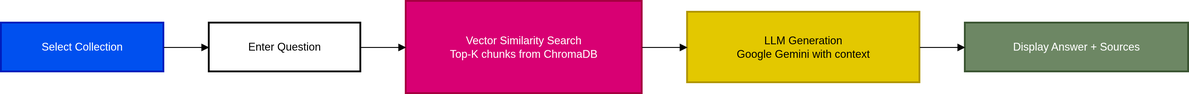
afterSt0rm/rag-app keeps this draw.io diagram as Query Pipeline Flowchart.png. Above is the earlier version. Source tidied: cells renumbered, new cells last; positions are measured from the earlier drawing's top-left corner, leaving out a move shared by most shapes. The source it was exported from:
```xml
<mxGraphModel>
  <root>
    <mxCell id="0" />
    <mxCell id="1" parent="0" />
    <mxCell id="2" value="Select Collection" style="whiteSpace=wrap;strokeWidth=2;fillColor=#0050ef;fontColor=#ffffff;strokeColor=#001DBC;" parent="1" vertex="1">
      <mxGeometry y="24" width="179" height="54" as="geometry" />
    </mxCell>
    <mxCell id="3" value="Enter Question" style="whiteSpace=wrap;strokeWidth=2;" parent="1" vertex="1">
      <mxGeometry x="229" y="24" width="167" height="54" as="geometry" />
    </mxCell>
    <mxCell id="4" value="Vector Similarity Search&#10;Top-K chunks from ChromaDB" style="whiteSpace=wrap;strokeWidth=2;fillColor=#d80073;fontColor=#ffffff;strokeColor=#A50040;" parent="1" vertex="1">
      <mxGeometry x="446" width="260" height="102" as="geometry" />
    </mxCell>
    <mxCell id="5" value="LLM Generation&#10;Google Gemini with context" style="whiteSpace=wrap;strokeWidth=2;fillColor=#e3c800;fontColor=#000000;strokeColor=#B09500;" parent="1" vertex="1">
      <mxGeometry x="756" y="12" width="256" height="78" as="geometry" />
    </mxCell>
    <mxCell id="6" value="Display Answer + Sources" style="whiteSpace=wrap;strokeWidth=2;fillColor=#6d8764;strokeColor=#3A5431;fontColor=#ffffff;" parent="1" vertex="1">
      <mxGeometry x="1062" y="24" width="246" height="54" as="geometry" />
    </mxCell>
    <mxCell id="7" style="curved=1;startArrow=none;endArrow=block;exitX=1;exitY=0.5;entryX=0;entryY=0.5;rounded=0;" parent="1" edge="1" source="2" target="3">
      <mxGeometry relative="1" as="geometry" />
    </mxCell>
    <mxCell id="8" style="curved=1;startArrow=none;endArrow=block;exitX=1;exitY=0.5;entryX=0;entryY=0.5;rounded=0;" parent="1" edge="1" source="3" target="4">
      <mxGeometry relative="1" as="geometry" />
    </mxCell>
    <mxCell id="9" style="curved=1;startArrow=none;endArrow=block;exitX=1;exitY=0.5;entryX=0;entryY=0.5;rounded=0;" parent="1" edge="1" source="4" target="5">
      <mxGeometry relative="1" as="geometry" />
    </mxCell>
    <mxCell id="10" style="curved=1;startArrow=none;endArrow=block;exitX=1;exitY=0.5;entryX=0;entryY=0.5;rounded=0;" parent="1" edge="1" source="5" target="6">
      <mxGeometry relative="1" as="geometry" />
    </mxCell>
  </root>
</mxGraphModel>
```
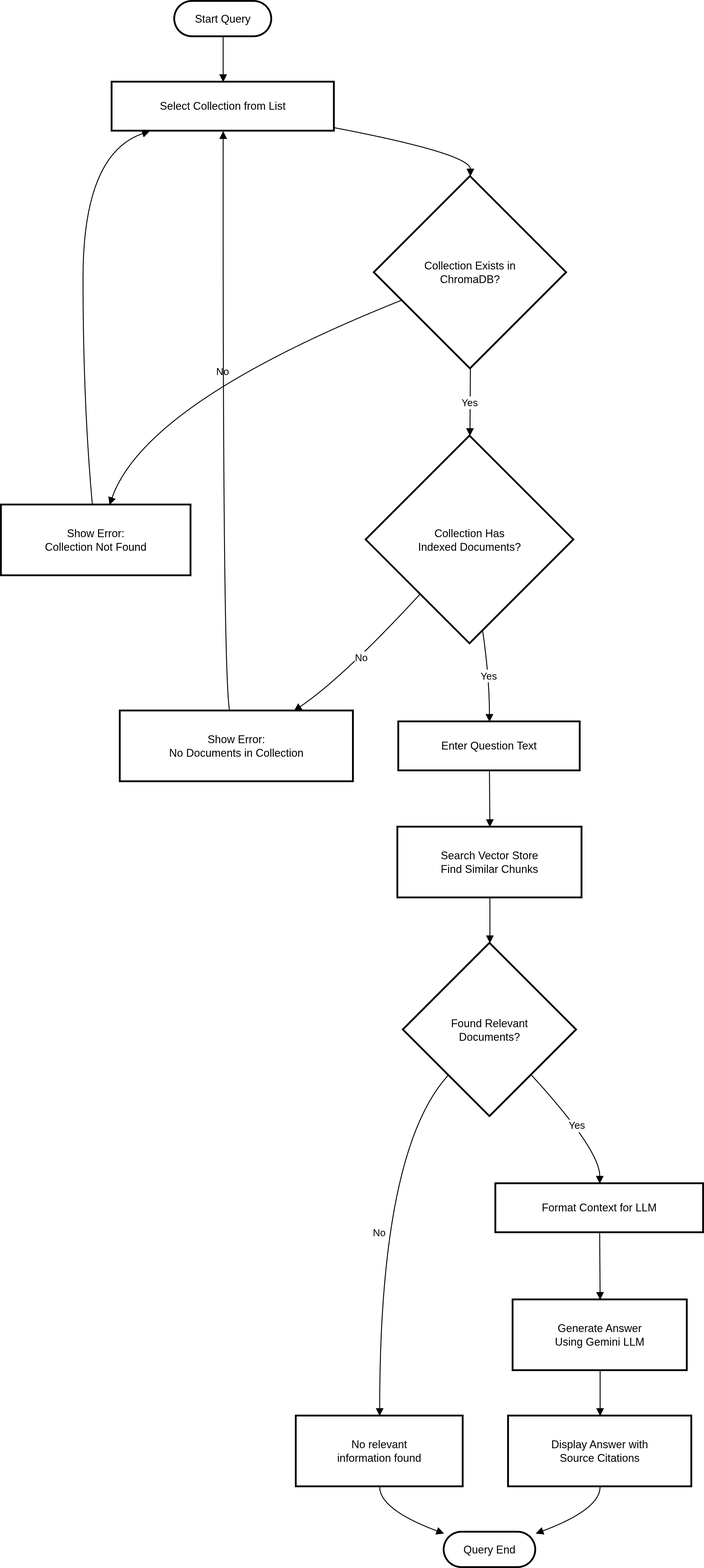
After the change.

Commit message:
Update query pipeline flowchart

What changed in the source:
```diff
@@ -2,32 +2,136 @@
   <root>
     <mxCell id="0" />
     <mxCell id="1" parent="0" />
-    <mxCell id="2" value="Select Collection" style="whiteSpace=wrap;strokeWidth=2;fillColor=#0050ef;fontColor=#ffffff;strokeColor=#001DBC;" parent="1" vertex="1">
-      <mxGeometry y="24" width="179" height="54" as="geometry" />
-    </mxCell>
-    <mxCell id="3" value="Enter Question" style="whiteSpace=wrap;strokeWidth=2;" parent="1" vertex="1">
-      <mxGeometry x="229" y="24" width="167" height="54" as="geometry" />
-    </mxCell>
-    <mxCell id="4" value="Vector Similarity Search&#10;Top-K chunks from ChromaDB" style="whiteSpace=wrap;strokeWidth=2;fillColor=#d80073;fontColor=#ffffff;strokeColor=#A50040;" parent="1" vertex="1">
-      <mxGeometry x="446" width="260" height="102" as="geometry" />
-    </mxCell>
-    <mxCell id="5" value="LLM Generation&#10;Google Gemini with context" style="whiteSpace=wrap;strokeWidth=2;fillColor=#e3c800;fontColor=#000000;strokeColor=#B09500;" parent="1" vertex="1">
-      <mxGeometry x="756" y="12" width="256" height="78" as="geometry" />
-    </mxCell>
-    <mxCell id="6" value="Display Answer + Sources" style="whiteSpace=wrap;strokeWidth=2;fillColor=#6d8764;strokeColor=#3A5431;fontColor=#ffffff;" parent="1" vertex="1">
-      <mxGeometry x="1062" y="24" width="246" height="54" as="geometry" />
-    </mxCell>
-    <mxCell id="7" style="curved=1;startArrow=none;endArrow=block;exitX=1;exitY=0.5;entryX=0;entryY=0.5;rounded=0;" parent="1" edge="1" source="2" target="3">
-      <mxGeometry relative="1" as="geometry" />
-    </mxCell>
-    <mxCell id="8" style="curved=1;startArrow=none;endArrow=block;exitX=1;exitY=0.5;entryX=0;entryY=0.5;rounded=0;" parent="1" edge="1" source="3" target="4">
-      <mxGeometry relative="1" as="geometry" />
-    </mxCell>
-    <mxCell id="9" style="curved=1;startArrow=none;endArrow=block;exitX=1;exitY=0.5;entryX=0;entryY=0.5;rounded=0;" parent="1" edge="1" source="4" target="5">
-      <mxGeometry relative="1" as="geometry" />
-    </mxCell>
-    <mxCell id="10" style="curved=1;startArrow=none;endArrow=block;exitX=1;exitY=0.5;entryX=0;entryY=0.5;rounded=0;" parent="1" edge="1" source="5" target="6">
-      <mxGeometry relative="1" as="geometry" />
-    </mxCell>
+    <mxCell id="11" value="Start Query" style="rounded=1;whiteSpace=wrap;arcSize=50;strokeWidth=2;" parent="1" vertex="1">
+      <mxGeometry x="191" y="130" width="107" height="39" as="geometry" />
+    </mxCell>
+    <mxCell id="12" value="Select Collection from List" style="whiteSpace=wrap;strokeWidth=2;" parent="1" vertex="1">
+      <mxGeometry x="122" y="219" width="245" height="54" as="geometry" />
+    </mxCell>
+    <mxCell id="13" value="Collection Exists in&#10;ChromaDB?" style="rhombus;strokeWidth=2;whiteSpace=wrap;" parent="1" vertex="1">
+      <mxGeometry x="411" y="323" width="212" height="212" as="geometry" />
+    </mxCell>
+    <mxCell id="14" value="Show Error:&#10;Collection Not Found" style="whiteSpace=wrap;strokeWidth=2;" parent="1" vertex="1">
+      <mxGeometry y="685" width="209" height="78" as="geometry" />
+    </mxCell>
+    <mxCell id="15" value="Collection Has&#10;Indexed Documents?" style="rhombus;strokeWidth=2;whiteSpace=wrap;" parent="1" vertex="1">
+      <mxGeometry x="402" y="609" width="229" height="229" as="geometry" />
+    </mxCell>
+    <mxCell id="16" value="Show Error:&#10;No Documents in Collection" style="whiteSpace=wrap;strokeWidth=2;" parent="1" vertex="1">
+      <mxGeometry x="131" y="912" width="257" height="78" as="geometry" />
+    </mxCell>
+    <mxCell id="17" value="Enter Question Text" style="whiteSpace=wrap;strokeWidth=2;" parent="1" vertex="1">
+      <mxGeometry x="438" y="924" width="200" height="54" as="geometry" />
+    </mxCell>
+    <mxCell id="18" value="Search Vector Store&#10;Find Similar Chunks" style="whiteSpace=wrap;strokeWidth=2;" parent="1" vertex="1">
+      <mxGeometry x="437" y="1040" width="203" height="78" as="geometry" />
+    </mxCell>
+    <mxCell id="19" value="Found Relevant&#10;Documents?" style="rhombus;strokeWidth=2;whiteSpace=wrap;" parent="1" vertex="1">
+      <mxGeometry x="443" y="1168" width="191" height="191" as="geometry" />
+    </mxCell>
+    <mxCell id="20" value="No relevant&#10;information found" style="whiteSpace=wrap;strokeWidth=2;" parent="1" vertex="1">
+      <mxGeometry x="325" y="1689" width="184" height="78" as="geometry" />
+    </mxCell>
+    <mxCell id="21" value="Format Context for LLM" style="whiteSpace=wrap;strokeWidth=2;" parent="1" vertex="1">
+      <mxGeometry x="545" y="1433" width="229" height="54" as="geometry" />
+    </mxCell>
+    <mxCell id="22" value="Generate Answer&#10;Using Gemini LLM" style="whiteSpace=wrap;strokeWidth=2;" parent="1" vertex="1">
+      <mxGeometry x="564" y="1561" width="192" height="78" as="geometry" />
+    </mxCell>
+    <mxCell id="23" value="Display Answer with&#10;Source Citations" style="whiteSpace=wrap;strokeWidth=2;" parent="1" vertex="1">
+      <mxGeometry x="559" y="1689" width="202" height="78" as="geometry" />
+    </mxCell>
+    <mxCell id="24" value="Query End" style="rounded=1;whiteSpace=wrap;arcSize=50;strokeWidth=2;" parent="1" vertex="1">
+      <mxGeometry x="488" y="1817" width="101" height="39" as="geometry" />
+    </mxCell>
+    <mxCell id="25" style="curved=1;startArrow=none;endArrow=block;exitX=0.5;exitY=1;entryX=0.5;entryY=0;rounded=0;" parent="1" edge="1" source="11" target="12">
+      <mxGeometry relative="1" as="geometry" />
+    </mxCell>
+    <mxCell id="26" style="curved=1;startArrow=none;endArrow=block;exitX=1;exitY=0.93;entryX=0.5;entryY=0;rounded=0;" parent="1" edge="1" source="12" target="13">
+      <mxGeometry relative="1" as="geometry">
+        <Array as="points">
+          <mxPoint x="517" y="298" />
+        </Array>
+      </mxGeometry>
+    </mxCell>
+    <mxCell id="27" value="No" style="curved=1;startArrow=none;endArrow=block;exitX=0;exitY=0.7;entryX=0.57;entryY=0;rounded=0;" parent="1" edge="1" source="13" target="14">
+      <mxGeometry relative="1" as="geometry">
+        <Array as="points">
+          <mxPoint x="159" y="572" />
+        </Array>
+      </mxGeometry>
+    </mxCell>
+    <mxCell id="28" style="curved=1;startArrow=none;endArrow=block;exitX=0.48;exitY=0;entryX=0.17;entryY=1;rounded=0;" parent="1" edge="1" source="14" target="12">
+      <mxGeometry relative="1" as="geometry">
+        <Array as="points">
+          <mxPoint x="90" y="572" />
+          <mxPoint x="90" y="298" />
+        </Array>
+      </mxGeometry>
+    </mxCell>
+    <mxCell id="29" value="Yes" style="curved=1;startArrow=none;endArrow=block;exitX=0.5;exitY=1;entryX=0.5;entryY=0;rounded=0;" parent="1" edge="1" source="13" target="15">
+      <mxGeometry relative="1" as="geometry" />
+    </mxCell>
+    <mxCell id="30" value="No" style="curved=1;startArrow=none;endArrow=block;exitX=0.04;exitY=1;entryX=0.74;entryY=0.01;rounded=0;" parent="1" edge="1" source="15" target="16">
+      <mxGeometry relative="1" as="geometry">
+        <Array as="points">
+          <mxPoint x="377" y="875" />
+        </Array>
+      </mxGeometry>
+    </mxCell>
+    <mxCell id="31" style="curved=1;startArrow=none;endArrow=block;exitX=0.47;exitY=0.01;entryX=0.5;entryY=1;rounded=0;" parent="1" edge="1" source="16" target="12">
+      <mxGeometry relative="1" as="geometry">
+        <Array as="points">
+          <mxPoint x="244" y="875" />
+        </Array>
+      </mxGeometry>
+    </mxCell>
+    <mxCell id="32" value="Yes" style="curved=1;startArrow=none;endArrow=block;exitX=0.57;exitY=1;entryX=0.5;entryY=0.01;rounded=0;" parent="1" edge="1" source="15" target="17">
+      <mxGeometry relative="1" as="geometry">
+        <Array as="points">
+          <mxPoint x="538" y="875" />
+        </Array>
+      </mxGeometry>
+    </mxCell>
+    <mxCell id="33" style="curved=1;startArrow=none;endArrow=block;exitX=0.5;exitY=1.01;entryX=0.5;entryY=0.01;rounded=0;" parent="1" edge="1" source="17" target="18">
+      <mxGeometry relative="1" as="geometry" />
+    </mxCell>
+    <mxCell id="34" style="curved=1;startArrow=none;endArrow=block;exitX=0.5;exitY=1.01;entryX=0.5;entryY=0;rounded=0;" parent="1" edge="1" source="18" target="19">
+      <mxGeometry relative="1" as="geometry" />
+    </mxCell>
+    <mxCell id="35" value="No" style="curved=1;startArrow=none;endArrow=block;exitX=0.04;exitY=1;entryX=0.5;entryY=0.01;rounded=0;" parent="1" edge="1" source="19" target="20">
+      <mxGeometry relative="1" as="geometry">
+        <Array as="points">
+          <mxPoint x="417" y="1396" />
+        </Array>
+      </mxGeometry>
+    </mxCell>
+    <mxCell id="36" value="Yes" style="curved=1;startArrow=none;endArrow=block;exitX=0.96;exitY=1;entryX=0.5;entryY=0.01;rounded=0;" parent="1" edge="1" source="19" target="21">
+      <mxGeometry relative="1" as="geometry">
+        <Array as="points">
+          <mxPoint x="660" y="1396" />
+        </Array>
+      </mxGeometry>
+    </mxCell>
+    <mxCell id="37" style="curved=1;startArrow=none;endArrow=block;exitX=0.5;exitY=1.01;entryX=0.5;entryY=0.01;rounded=0;" parent="1" edge="1" source="21" target="22">
+      <mxGeometry relative="1" as="geometry" />
+    </mxCell>
+    <mxCell id="38" style="curved=1;startArrow=none;endArrow=block;exitX=0.5;exitY=1.01;entryX=0.5;entryY=0.01;rounded=0;" parent="1" edge="1" source="22" target="23">
+      <mxGeometry relative="1" as="geometry" />
+    </mxCell>
+    <mxCell id="39" style="curved=1;startArrow=none;endArrow=block;exitX=0.5;exitY=1.01;entryX=1;entryY=0.04;rounded=0;" parent="1" edge="1" source="23" target="24">
+      <mxGeometry relative="1" as="geometry">
+        <Array as="points">
+          <mxPoint x="660" y="1792" />
+        </Array>
+      </mxGeometry>
+    </mxCell>
+    <mxCell id="40" style="curved=1;startArrow=none;endArrow=block;exitX=0.5;exitY=1.01;entryX=0;entryY=0.04;rounded=0;" parent="1" edge="1" source="20" target="24">
+      <mxGeometry relative="1" as="geometry">
+        <Array as="points">
+          <mxPoint x="417" y="1792" />
+        </Array>
+      </mxGeometry>
+    </mxCell>
   </root>
 </mxGraphModel>
```
